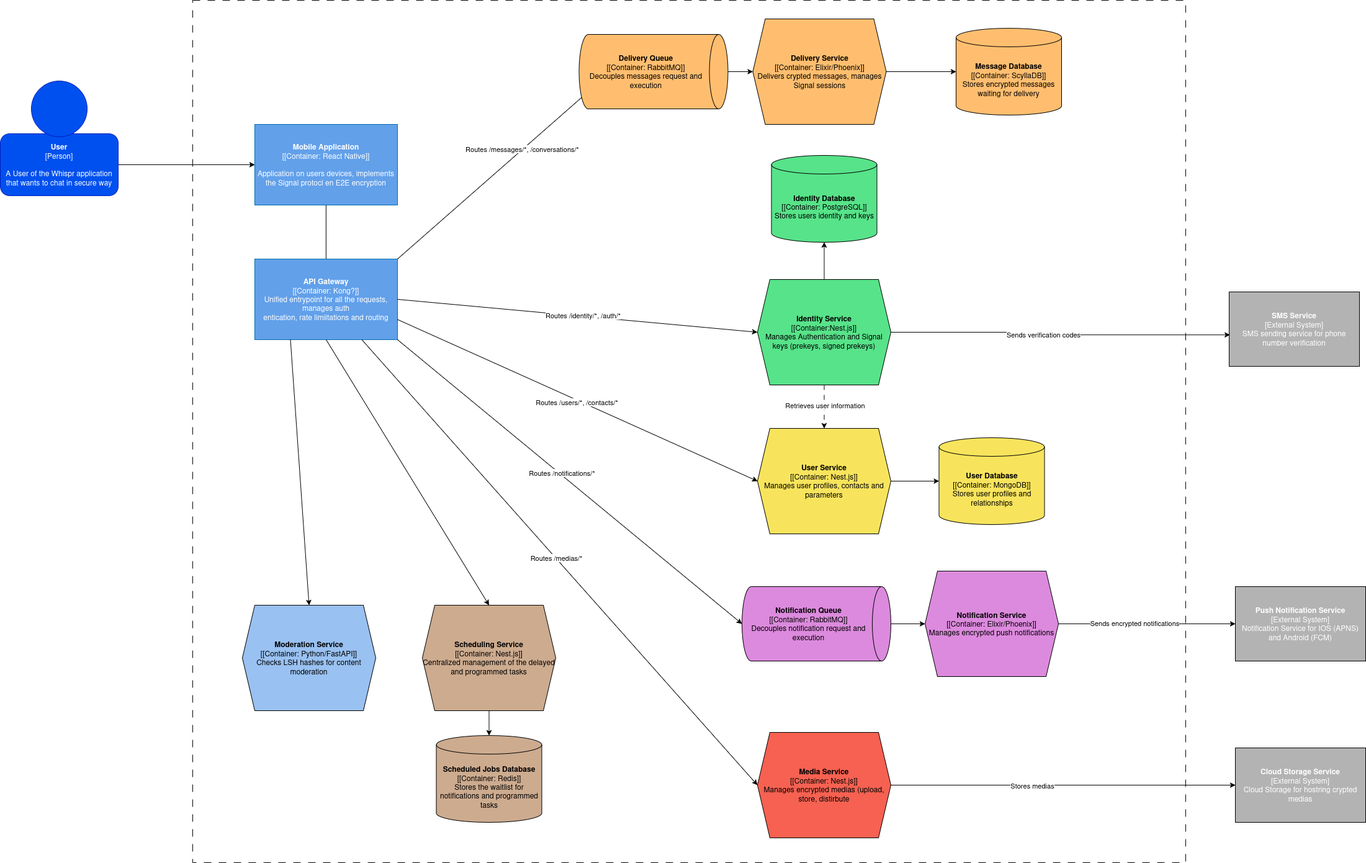
whispr-messenger/documentation keeps this draw.io diagram as 2_Software_Functional_Description/container_diagram_c4.drawio.png. Above is the earlier version. Source tidied: cells renumbered, new cells last; positions are measured from the earlier drawing's top-left corner, leaving out a move shared by most shapes.
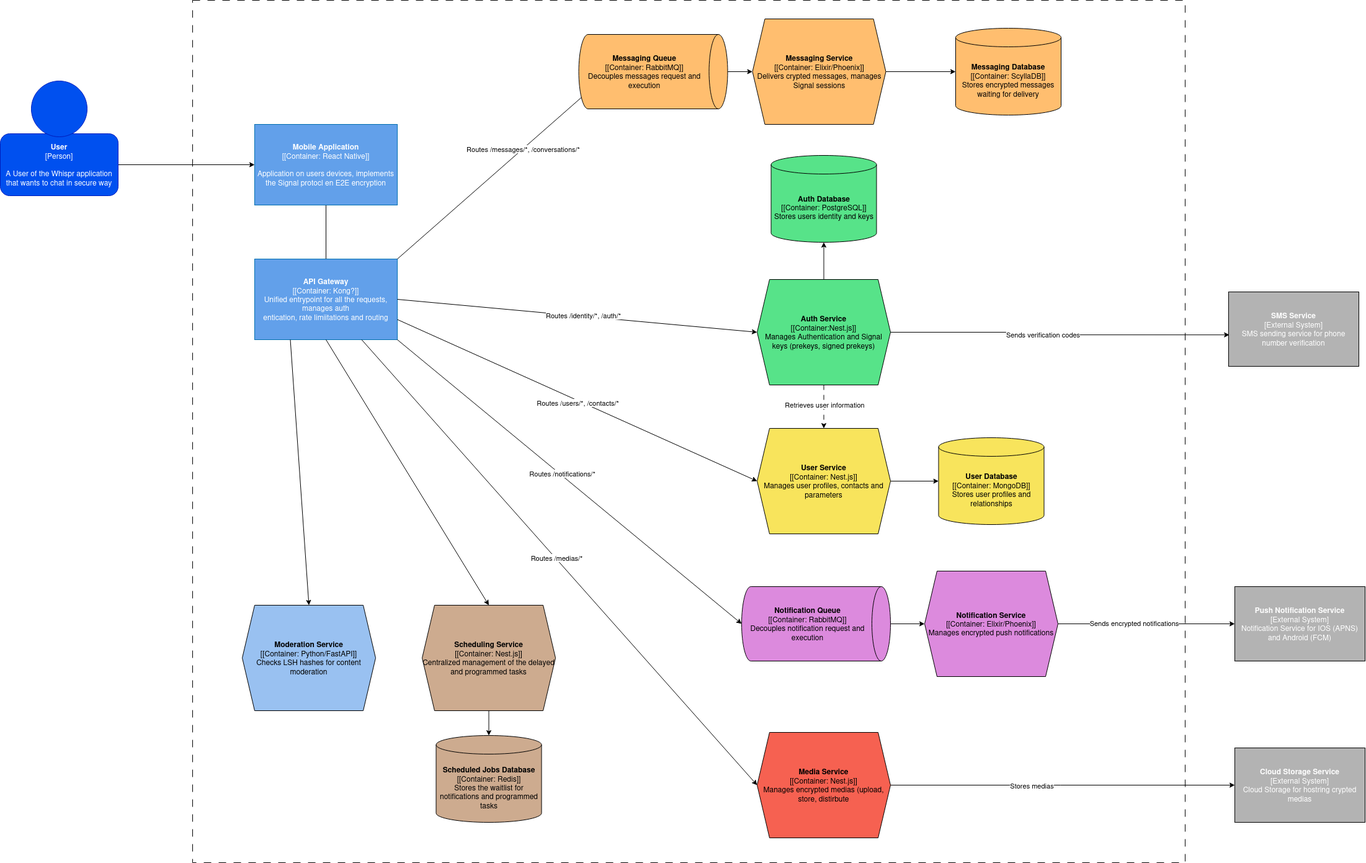
Later version of the same file.

Change to the diagram source:
```diff
@@ -2,6 +2,9 @@
   <root>
     <mxCell id="0" />
     <mxCell id="1" parent="0" />
+    <mxCell id="51" style="rounded=0;whiteSpace=wrap;html=1;fillColor=none;dashed=1;dashPattern=12 12;" parent="1" vertex="1">
+      <mxGeometry x="310" width="1600" height="1390" as="geometry" />
+    </mxCell>
     <mxCell id="2" style="edgeStyle=orthogonalEdgeStyle;rounded=0;jettySize=auto;html=1;entryX=0;entryY=0.5;entryDx=0;entryDy=0;" parent="1" edge="1" source="3" target="10">
       <mxGeometry relative="1" as="geometry" />
     </mxCell>
@@ -38,7 +41,7 @@
     <mxCell id="11" value="&lt;div&gt;&lt;b&gt;API Gateway&lt;/b&gt;&lt;/div&gt;&lt;div&gt;[[Container: Kong?]]&lt;/div&gt;&lt;div&gt;Unified entrypoint for all the requests, manages auth&lt;/div&gt;entication, rate limiitations and routing" style="rounded=0;whiteSpace=wrap;html=1;fillColor=light-dark(#62a0ea, #2b82da);fontColor=#ffffff;strokeColor=#006EAF;" parent="1" vertex="1">
       <mxGeometry x="410" y="417" width="230" height="130" as="geometry" />
     </mxCell>
-    <mxCell id="12" value="&lt;div&gt;&lt;b&gt;Identity Service&lt;/b&gt;&lt;/div&gt;&lt;div&gt;[[Container:Nest.js]]&lt;/div&gt;&lt;div&gt;Manages Authentication and Signal keys (prekeys, signed prekeys)&lt;/div&gt;" style="shape=hexagon;perimeter=hexagonPerimeter2;whiteSpace=wrap;html=1;fixedSize=1;fillColor=light-dark(#57e389, #ededed);" parent="1" vertex="1">
+    <mxCell id="12" value="&lt;div&gt;&lt;b&gt;Auth Service&lt;/b&gt;&lt;/div&gt;&lt;div&gt;[[Container:Nest.js]]&lt;/div&gt;&lt;div&gt;Manages Authentication and Signal keys (prekeys, signed prekeys)&lt;/div&gt;" style="shape=hexagon;perimeter=hexagonPerimeter2;whiteSpace=wrap;html=1;fixedSize=1;fillColor=light-dark(#57e389, #ededed);" parent="1" vertex="1">
       <mxGeometry x="1220" y="450" width="215" height="170" as="geometry" />
     </mxCell>
     <mxCell id="13" style="edgeStyle=orthogonalEdgeStyle;rounded=0;jettySize=auto;html=1;exitX=1;exitY=0.5;exitDx=0;exitDy=0;" parent="1" edge="1" source="14" target="29">
@@ -50,7 +53,7 @@
     <mxCell id="15" style="edgeStyle=orthogonalEdgeStyle;rounded=0;jettySize=auto;html=1;" parent="1" edge="1" source="16" target="30">
       <mxGeometry relative="1" as="geometry" />
     </mxCell>
-    <mxCell id="16" value="&lt;div&gt;&lt;b&gt;Delivery Service&lt;/b&gt;&lt;/div&gt;&lt;div&gt;[[Container: Elixir/Phoenix]]&lt;/div&gt;&lt;div&gt;Delivers crypted messages, manages Signal sessions&lt;/div&gt;" style="shape=hexagon;perimeter=hexagonPerimeter2;whiteSpace=wrap;html=1;fixedSize=1;fillColor=light-dark(#ffbe6f, #ededed);" parent="1" vertex="1">
+    <mxCell id="16" value="&lt;div&gt;&lt;b&gt;Messaging Service&lt;/b&gt;&lt;/div&gt;&lt;div&gt;[[Container: Elixir/Phoenix]]&lt;/div&gt;&lt;div&gt;Delivers crypted messages, manages Signal sessions&lt;/div&gt;" style="shape=hexagon;perimeter=hexagonPerimeter2;whiteSpace=wrap;html=1;fixedSize=1;fillColor=light-dark(#ffbe6f, #ededed);" parent="1" vertex="1">
       <mxGeometry x="1212.5" y="30" width="215" height="170" as="geometry" />
     </mxCell>
     <mxCell id="17" style="edgeStyle=orthogonalEdgeStyle;rounded=0;jettySize=auto;html=1;entryX=0;entryY=0.5;entryDx=0;entryDy=0;" parent="1" edge="1" source="19" target="7">
@@ -86,13 +89,13 @@
     <mxCell id="27" value="Routes /identity/*, /auth/*" style="edgeLabel;html=1;align=center;verticalAlign=middle;" parent="26" vertex="1">
       <mxGeometry x="0.03" y="2" relative="1" as="geometry" />
     </mxCell>
-    <mxCell id="28" value="&lt;div&gt;&lt;b&gt;Identity Database&lt;br&gt;&lt;/b&gt;&lt;/div&gt;&lt;div&gt;[[Container: PostgreSQL]]&lt;/div&gt;&lt;div&gt;Stores users identity and keys&lt;/div&gt;" style="shape=cylinder3;whiteSpace=wrap;html=1;boundedLbl=1;backgroundOutline=1;size=15;fillColor=light-dark(#57e389, #ededed);" parent="1" vertex="1">
+    <mxCell id="28" value="&lt;div&gt;&lt;b&gt;Auth Database&lt;br&gt;&lt;/b&gt;&lt;/div&gt;&lt;div&gt;[[Container: PostgreSQL]]&lt;/div&gt;&lt;div&gt;Stores users identity and keys&lt;/div&gt;" style="shape=cylinder3;whiteSpace=wrap;html=1;boundedLbl=1;backgroundOutline=1;size=15;fillColor=light-dark(#57e389, #ededed);" parent="1" vertex="1">
       <mxGeometry x="1242.5" y="250" width="170" height="140" as="geometry" />
     </mxCell>
     <mxCell id="29" value="&lt;div&gt;&lt;b&gt;User Database&lt;/b&gt;&lt;/div&gt;&lt;div&gt;[[Container: MongoDB]]&lt;/div&gt;&lt;div&gt;Stores user profiles and relationships&lt;/div&gt;" style="shape=cylinder3;whiteSpace=wrap;html=1;boundedLbl=1;backgroundOutline=1;size=15;fillColor=light-dark(#f8e45c, #ededed);" parent="1" vertex="1">
       <mxGeometry x="1512.5" y="705" width="170" height="140" as="geometry" />
     </mxCell>
-    <mxCell id="30" value="&lt;div&gt;&lt;b&gt;Message Database&lt;/b&gt;&lt;/div&gt;&lt;div&gt;[[Container: ScyllaDB]]&lt;/div&gt;&lt;div&gt;Stores encrypted messages waiting for delivery&lt;/div&gt;" style="shape=cylinder3;whiteSpace=wrap;html=1;boundedLbl=1;backgroundOutline=1;size=15;fillColor=light-dark(#ffbe6f, #ededed);" parent="1" vertex="1">
+    <mxCell id="30" value="&lt;div&gt;&lt;b&gt;Messaging Database&lt;/b&gt;&lt;/div&gt;&lt;div&gt;[[Container: ScyllaDB]]&lt;/div&gt;&lt;div&gt;Stores encrypted messages waiting for delivery&lt;/div&gt;" style="shape=cylinder3;whiteSpace=wrap;html=1;boundedLbl=1;backgroundOutline=1;size=15;fillColor=light-dark(#ffbe6f, #ededed);" parent="1" vertex="1">
       <mxGeometry x="1540" y="45" width="170" height="140" as="geometry" />
     </mxCell>
     <mxCell id="31" style="edgeStyle=orthogonalEdgeStyle;rounded=0;jettySize=auto;html=1;entryX=0;entryY=0.5;entryDx=0;entryDy=0;" parent="1" edge="1" source="32" target="22">
@@ -142,7 +145,7 @@
     <mxCell id="45" style="edgeStyle=orthogonalEdgeStyle;rounded=0;jettySize=auto;html=1;exitX=0.5;exitY=0;exitDx=0;exitDy=0;exitPerimeter=0;entryX=0;entryY=0.5;entryDx=0;entryDy=0;" parent="1" edge="1" source="46" target="16">
       <mxGeometry relative="1" as="geometry" />
     </mxCell>
-    <mxCell id="46" value="&lt;div&gt;&lt;b&gt;Delivery Queue&lt;/b&gt;&lt;/div&gt;&lt;div&gt;[[Container: RabbitMQ]]&lt;/div&gt;&lt;div&gt;Decouples messages request and execution&lt;/div&gt;" style="shape=cylinder3;whiteSpace=wrap;html=1;boundedLbl=1;backgroundOutline=1;size=15;direction=south;fillColor=light-dark(#ffbe6f, #ededed);" parent="1" vertex="1">
+    <mxCell id="46" value="&lt;div&gt;&lt;b&gt;Messaging Queue&lt;/b&gt;&lt;/div&gt;&lt;div&gt;[[Container: RabbitMQ]]&lt;/div&gt;&lt;div&gt;Decouples messages request and execution&lt;/div&gt;" style="shape=cylinder3;whiteSpace=wrap;html=1;boundedLbl=1;backgroundOutline=1;size=15;direction=south;fillColor=light-dark(#ffbe6f, #ededed);" parent="1" vertex="1">
       <mxGeometry x="932.5" y="55" width="240" height="120" as="geometry" />
     </mxCell>
     <mxCell id="47" style="edgeStyle=orthogonalEdgeStyle;rounded=0;jettySize=auto;html=1;exitX=0.5;exitY=0;exitDx=0;exitDy=0;entryX=0.5;entryY=1;entryDx=0;entryDy=0;entryPerimeter=0;" parent="1" edge="1" source="12" target="28">
@@ -157,8 +160,5 @@
     <mxCell id="50" style="endArrow=classic;html=1;rounded=0;exitX=0.5;exitY=1;exitDx=0;exitDy=0;entryX=0.5;entryY=0;entryDx=0;entryDy=0;" parent="1" edge="1" source="11" target="34">
       <mxGeometry relative="1" as="geometry" />
     </mxCell>
-    <mxCell id="51" style="rounded=0;whiteSpace=wrap;html=1;fillColor=none;dashed=1;dashPattern=12 12;" parent="1" vertex="1">
-      <mxGeometry x="310" width="1600" height="1390" as="geometry" />
-    </mxCell>
   </root>
 </mxGraphModel>
```
